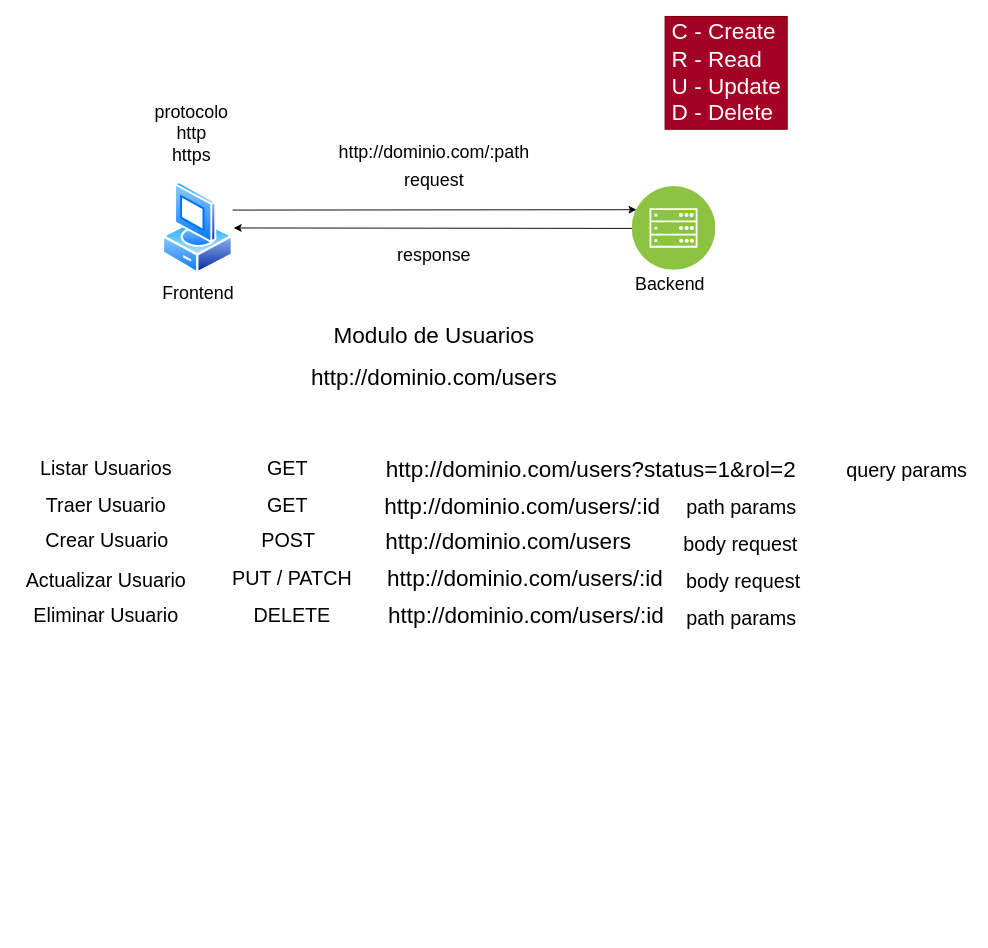
Before: Flask/cliente_servidor.drawio in jeandelacruz/tecsup-g16, a draw.io diagram. Source tidied: cells renumbered, new cells numbered last; positions are measured from the earlier drawing's top-left corner, leaving out a move shared by most shapes. Both pictures are drawn from the tidied source at 94%, with x=0, y=0 at pixel (16, 16).
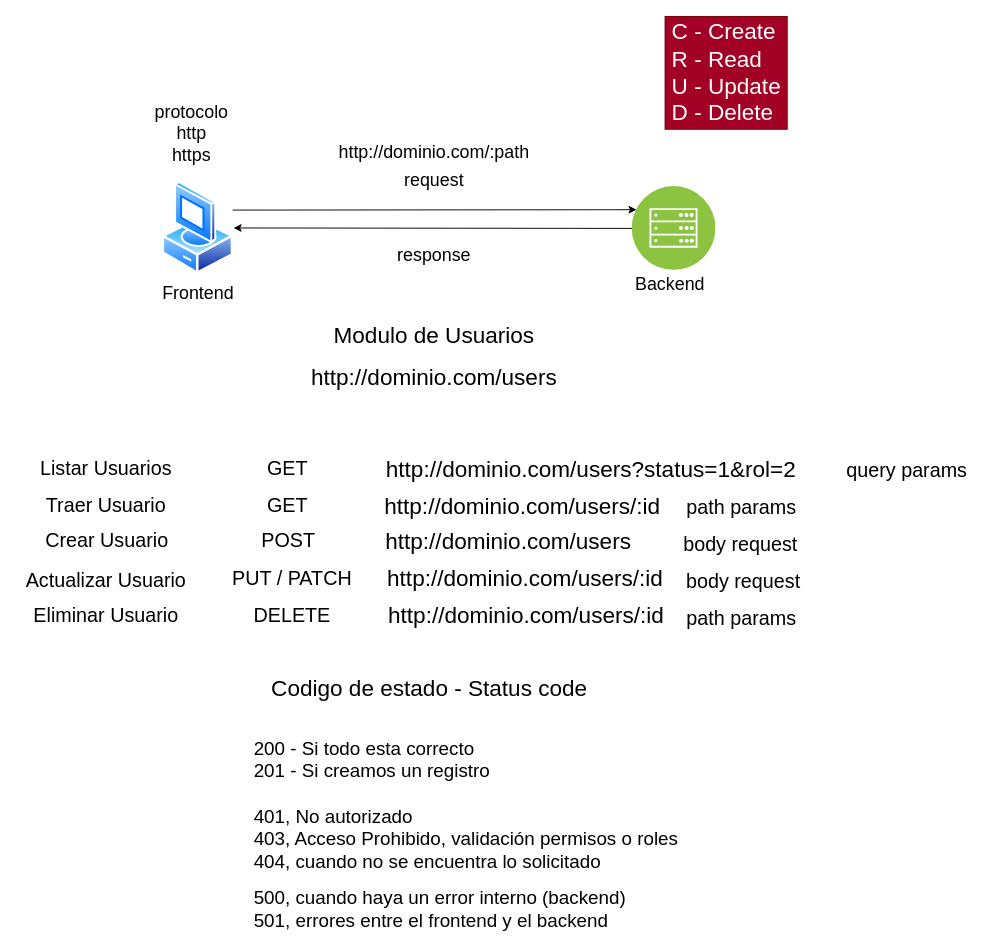
Above is the later version.

The edit, as a diff of the source:
```diff
@@
+    <mxCell id="35" value="&lt;span style=&quot;font-size: 24px&quot;&gt;Codigo de estado - Status code&lt;/span&gt;" style="text;html=1;align=center;verticalAlign=middle;strokeColor=none;fillColor=none;fontSize=19;" parent="1" vertex="1">
+      <mxGeometry x="264" y="700" width="350" height="30" as="geometry" />
+    </mxCell>
+    <mxCell id="36" value="&lt;div style=&quot;text-align: justify&quot;&gt;&lt;span style=&quot;font-size: 20px&quot;&gt;200 - Si todo esta correcto&lt;/span&gt;&lt;/div&gt;&lt;font&gt;&lt;div style=&quot;font-size: 20px ; text-align: justify&quot;&gt;&lt;span&gt;201 - Si creamos un registro&lt;/span&gt;&lt;/div&gt;&lt;div style=&quot;text-align: justify&quot;&gt;&lt;span style=&quot;font-size: 20px&quot;&gt;&lt;br&gt;&lt;/span&gt;&lt;/div&gt;&lt;span style=&quot;font-size: 20px&quot;&gt;&lt;div style=&quot;text-align: justify&quot;&gt;&lt;span&gt;401, No autorizado&lt;br&gt;403, Acceso Prohibido, validación permisos o roles&lt;br&gt;404, cuando no se encuentra lo solicitado&lt;/span&gt;&lt;/div&gt;&lt;/span&gt;&lt;div style=&quot;text-align: justify&quot;&gt;&lt;br&gt;&lt;/div&gt;&lt;span style=&quot;font-size: 20px&quot;&gt;&lt;div style=&quot;text-align: justify&quot;&gt;&lt;span&gt;500, cuando haya un error interno (backend)&lt;/span&gt;&lt;/div&gt;&lt;/span&gt;&lt;span style=&quot;font-size: 20px&quot;&gt;&lt;div style=&quot;text-align: justify&quot;&gt;&lt;span&gt;501, errores entre el frontend y el backend&lt;/span&gt;&lt;/div&gt;&lt;/span&gt;&lt;/font&gt;" style="text;html=1;align=center;verticalAlign=middle;strokeColor=none;fillColor=none;" parent="1" vertex="1">
+      <mxGeometry x="242.5" y="800" width="470" height="140" as="geometry" />
+    </mxCell>
```
